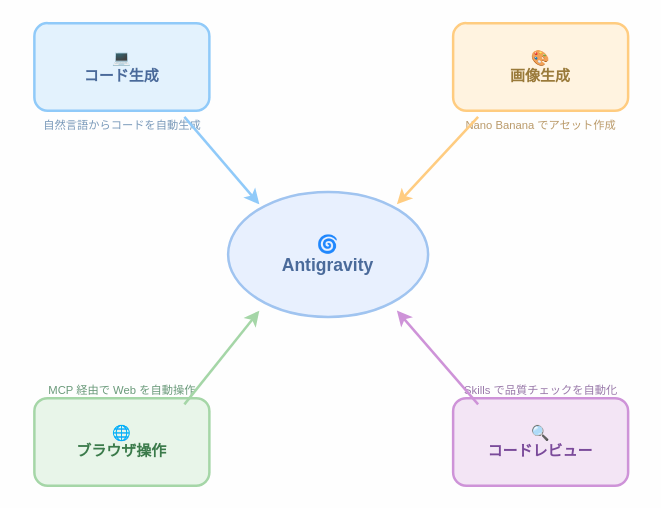
kozyszoo/antigravity-handson keeps this draw.io diagram as zenn-book/figures/fig-01-antigravity-overview.drawio. Above is the earlier version. Source tidied: cells renumbered, new cells numbered last; positions are measured from the earlier drawing's top-left corner, leaving out a move shared by most shapes. Both pictures are drawn from the tidied source at 125%, with x=0, y=0 at pixel (21, 22).
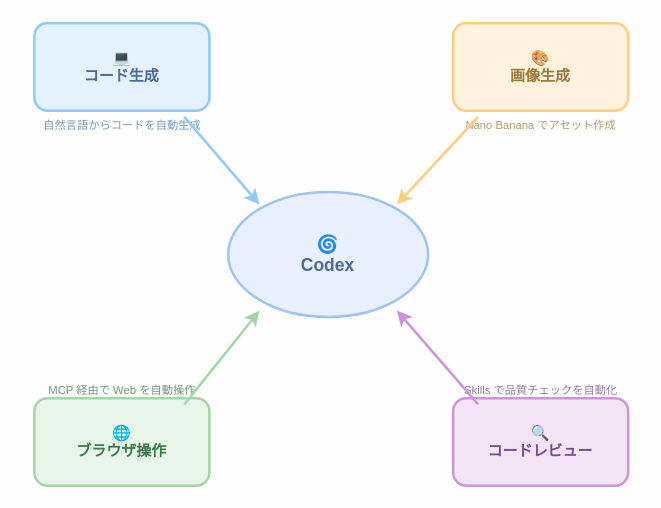
Above is the later version.

What changed in the source:
```diff
@@
 <mxGraphModel background="#fefefe">
   <root>
     <mxCell id="0" />
     <mxCell id="1" parent="0" />
-    <mxCell id="2" value="🌀&#10;Antigravity" style="ellipse;whiteSpace=wrap;html=1;fillColor=#e8f0fe;strokeColor=#a0c4f0;strokeWidth=2;fontColor=#4a6a9a;fontSize=14;fontStyle=1;" parent="1" vertex="1">
+    <mxCell id="2" value="🌀&#10;Codex" style="ellipse;whiteSpace=wrap;html=1;fillColor=#e8f0fe;strokeColor=#a0c4f0;strokeWidth=2;fontColor=#4a6a9a;fontSize=14;fontStyle=1;" parent="1" vertex="1">
       <mxGeometry x="165" y="135" width="160" height="100" as="geometry" />
     </mxCell>
     <mxCell id="3" value="💻&#10;コード生成" style="rounded=1;whiteSpace=wrap;html=1;fillColor=#e3f2fd;strokeColor=#90caf9;strokeWidth=2;fontColor=#4a6a9a;fontSize=12;fontStyle=1;" parent="1" vertex="1">
       <mxGeometry x="10" width="140" height="70" as="geometry" />
     </mxCell>
     <mxCell id="4" value="自然言語からコードを自動生成" style="text;html=1;fillColor=none;strokeColor=none;align=center;fontColor=#7a9aba;fontSize=9;" parent="1" vertex="1">
       <mxGeometry y="70" width="160" height="18" as="geometry" />
     </mxCell>
     <mxCell id="5" style="endArrow=classic;html=1;strokeColor=#90caf9;strokeWidth=2;curved=1;" parent="1" edge="1">
       <mxGeometry relative="1" as="geometry">
         <mxPoint x="130" y="75" as="sourcePoint" />
         <mxPoint x="190" y="145" as="targetPoint" />
       </mxGeometry>
     </mxCell>
     <mxCell id="6" value="🎨&#10;画像生成" style="rounded=1;whiteSpace=wrap;html=1;fillColor=#fff3e0;strokeColor=#ffcc80;strokeWidth=2;fontColor=#9a7a3a;fontSize=12;fontStyle=1;" parent="1" vertex="1">
       <mxGeometry x="345" width="140" height="70" as="geometry" />
     </mxCell>
     <mxCell id="7" value="Nano Banana でアセット作成" style="text;html=1;fillColor=none;strokeColor=none;align=center;fontColor=#ba9a6a;fontSize=9;" parent="1" vertex="1">
       <mxGeometry x="335" y="70" width="160" height="18" as="geometry" />
     </mxCell>
     <mxCell id="8" style="endArrow=classic;html=1;strokeColor=#ffcc80;strokeWidth=2;curved=1;" parent="1" edge="1">
       <mxGeometry relative="1" as="geometry">
         <mxPoint x="365" y="75" as="sourcePoint" />
         <mxPoint x="300" y="145" as="targetPoint" />
       </mxGeometry>
     </mxCell>
     <mxCell id="9" value="🌐&#10;ブラウザ操作" style="rounded=1;whiteSpace=wrap;html=1;fillColor=#e8f5e9;strokeColor=#a5d6a7;strokeWidth=2;fontColor=#3a7a4a;fontSize=12;fontStyle=1;" parent="1" vertex="1">
       <mxGeometry x="10" y="300" width="140" height="70" as="geometry" />
     </mxCell>
     <mxCell id="10" value="MCP 経由で Web を自動操作" style="text;html=1;fillColor=none;strokeColor=none;align=center;fontColor=#6a9a7a;fontSize=9;" parent="1" vertex="1">
       <mxGeometry y="282" width="160" height="18" as="geometry" />
     </mxCell>
     <mxCell id="11" style="endArrow=classic;html=1;strokeColor=#a5d6a7;strokeWidth=2;curved=1;" parent="1" edge="1">
       <mxGeometry relative="1" as="geometry">
         <mxPoint x="130" y="305" as="sourcePoint" />
         <mxPoint x="190" y="230" as="targetPoint" />
       </mxGeometry>
     </mxCell>
     <mxCell id="12" value="🔍&#10;コードレビュー" style="rounded=1;whiteSpace=wrap;html=1;fillColor=#f3e5f5;strokeColor=#ce93d8;strokeWidth=2;fontColor=#7a4a9a;fontSize=12;fontStyle=1;" parent="1" vertex="1">
       <mxGeometry x="345" y="300" width="140" height="70" as="geometry" />
     </mxCell>
     <mxCell id="13" value="Skills で品質チェックを自動化" style="text;html=1;fillColor=none;strokeColor=none;align=center;fontColor=#9a7aaa;fontSize=9;" parent="1" vertex="1">
       <mxGeometry x="335" y="282" width="160" height="18" as="geometry" />
     </mxCell>
     <mxCell id="14" style="endArrow=classic;html=1;strokeColor=#ce93d8;strokeWidth=2;curved=1;" parent="1" edge="1">
       <mxGeometry relative="1" as="geometry">
         <mxPoint x="365" y="305" as="sourcePoint" />
         <mxPoint x="300" y="230" as="targetPoint" />
       </mxGeometry>
     </mxCell>
   </root>
 </mxGraphModel>
```
